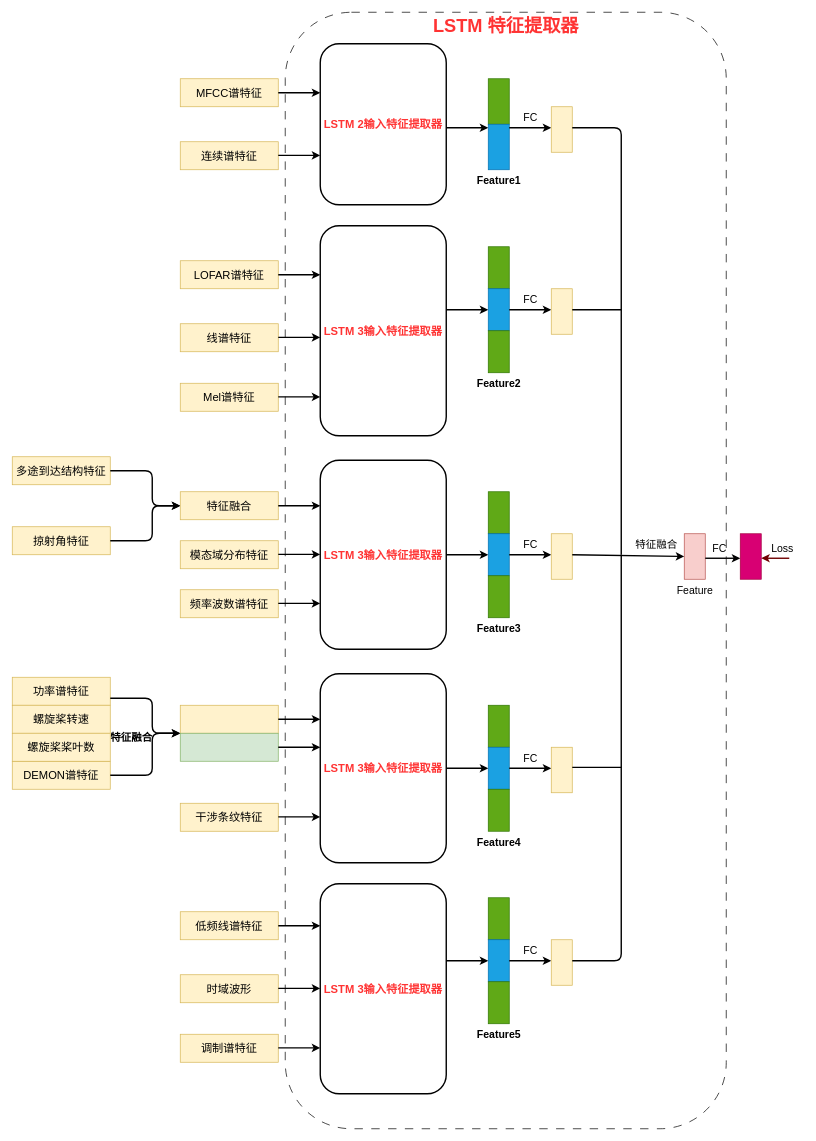
This is page "LSTM 特征提取器" (3 of 3) of 水下目标提取标书/LSTM特征提取.drawio from Corner430/drawio, a draw.io file, before an edit. Source tidied: cells renumbered, new cells numbered last; positions are measured from the earlier drawing's top-left corner, leaving out a move shared by most shapes. Both pictures are drawn from the tidied source at 70%, with x=0, y=0 at pixel (12, 12).
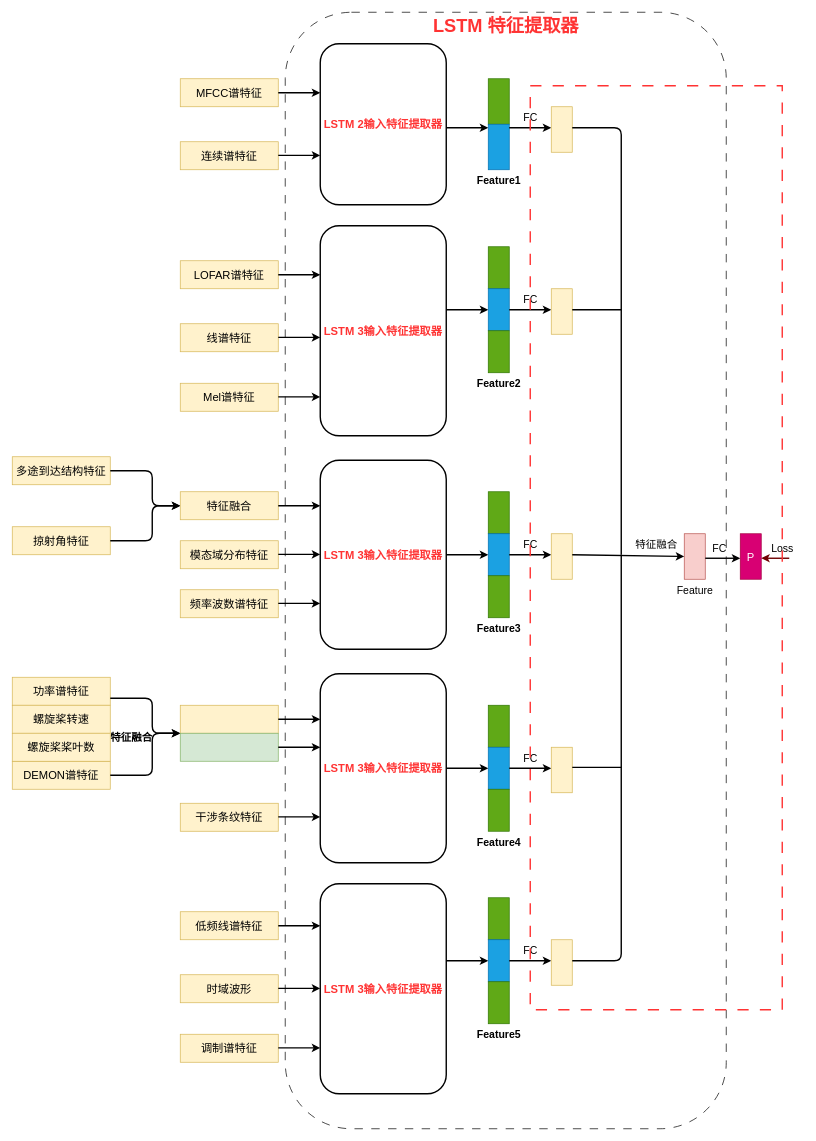
The same diagram, later.

Commit message:
水下目标提取标书_LSTM特征提取器

The edit, as a diff of the source:
```diff
@@
-    <mxCell id="77" style="rounded=0;whiteSpace=wrap;html=1;fontSize=16;fillColor=#d80073;strokeColor=#A50040;fontColor=#ffffff;" parent="1" vertex="1">
+    <mxCell id="77" value="P" style="rounded=0;whiteSpace=wrap;html=1;fontSize=16;fillColor=#d80073;strokeColor=#A50040;fontColor=#ffffff;" parent="1" vertex="1">
       <mxGeometry x="1040" y="745" width="30" height="65" as="geometry" />
     </mxCell>
@@
+    <mxCell id="100" style="rounded=0;whiteSpace=wrap;html=1;strokeWidth=2;fillColor=none;strokeColor=#FF3333;dashed=1;dashPattern=8 8;" parent="1" vertex="1">
+      <mxGeometry x="740" y="105" width="360" height="1320" as="geometry" />
+    </mxCell>
```
